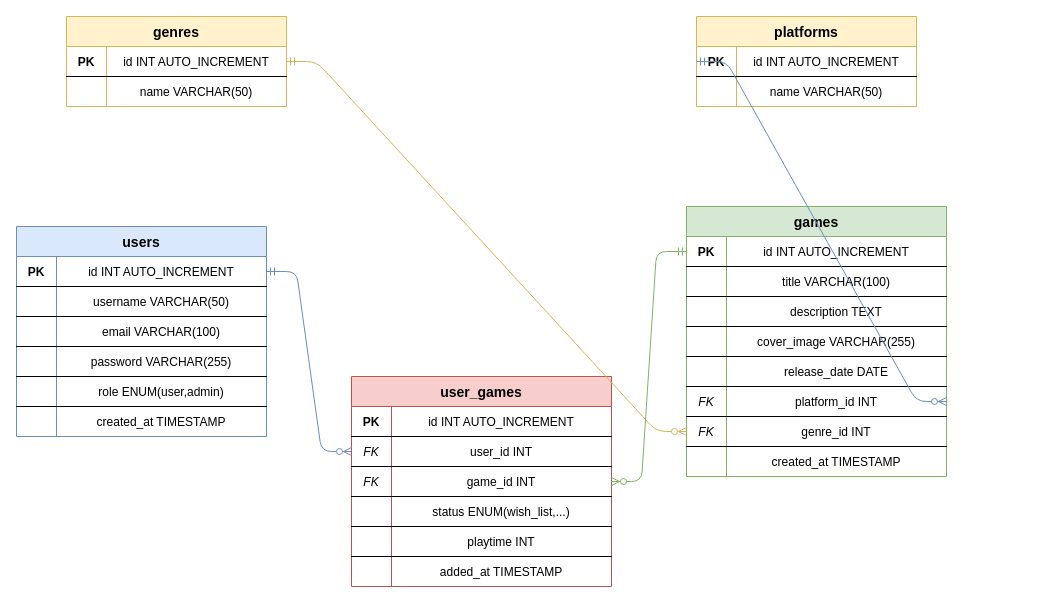
Above: page "MPD" (3 of 3) of gamekeeper_merise.drawio in tommy-karotsch/gamekeeper (draw.io), before the change. Source tidied: cells renumbered, new cells numbered last; positions are measured from the earlier drawing's top-left corner, leaving out a move shared by most shapes. Both pictures are drawn from the tidied source at 100%, with x=0, y=0 at pixel (16, 16).
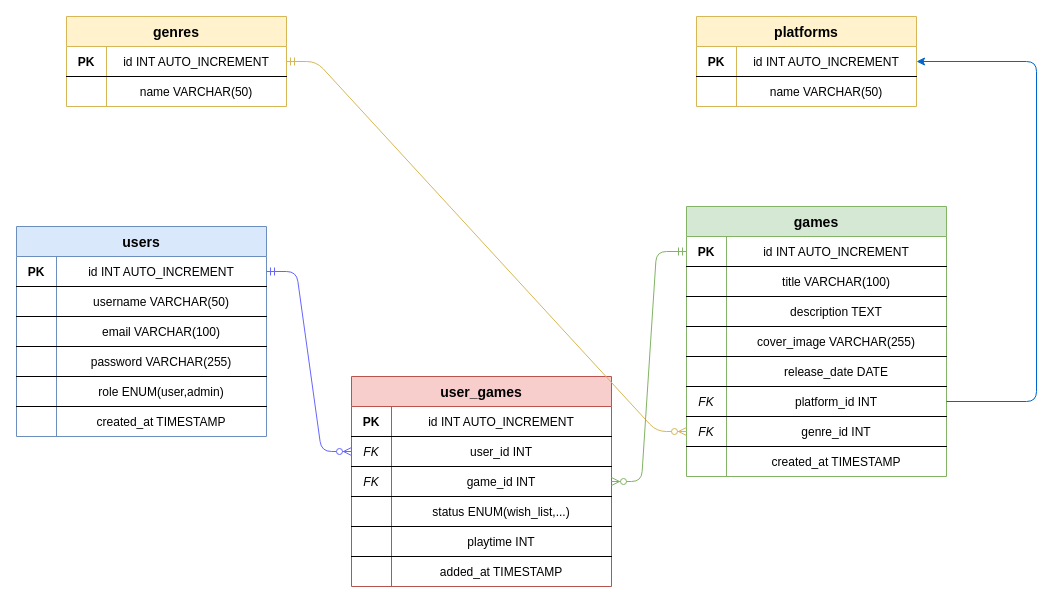
After the change.

The change refers to these unchanged cells:
```xml
<mxCell id="10" style="shape=tableRow;horizontal=0;startSize=0;swimlaneHead=0;swimlaneBody=0;fillColor=none;points=[[0,0.5],[1,0.5]];portConstraint=eastwest;fontSize=12;top=0;left=0;right=0;bottom=1;" parent="9" vertex="1">
  <mxGeometry y="30" width="220" height="30" as="geometry" />
</mxCell>
<mxCell id="17" style="shape=tableRow;horizontal=0;startSize=0;swimlaneHead=0;swimlaneBody=0;fillColor=none;points=[[0,0.5],[1,0.5]];portConstraint=eastwest;fontSize=12;top=0;left=0;right=0;bottom=1;" parent="16" vertex="1">
  <mxGeometry y="30" width="250" height="30" as="geometry" />
</mxCell>
<mxCell id="51" style="shape=tableRow;horizontal=0;startSize=0;swimlaneHead=0;swimlaneBody=0;fillColor=none;points=[[0,0.5],[1,0.5]];portConstraint=eastwest;fontSize=12;top=0;left=0;right=0;bottom=1;" parent="35" vertex="1">
  <mxGeometry y="180" width="260" height="30" as="geometry" />
</mxCell>
<mxCell id="64" style="shape=tableRow;horizontal=0;startSize=0;swimlaneHead=0;swimlaneBody=0;fillColor=none;points=[[0,0.5],[1,0.5]];portConstraint=eastwest;fontSize=12;top=0;left=0;right=0;bottom=1;" parent="60" vertex="1">
  <mxGeometry y="60" width="260" height="30" as="geometry" />
</mxCell>
```

Diff of the diagram source:
```diff
@@
-    <mxCell id="79" style="edgeStyle=entityRelationEdgeStyle;endArrow=ERzeroToMany;startArrow=ERmandOne;exitX=0;exitY=0.5;entryX=1;entryY=0.5;strokeColor=#6c8ebf;" parent="1" edge="1" source="10" target="51">
-      <mxGeometry relative="1" as="geometry" />
-    </mxCell>
@@
-    <mxCell id="81" style="edgeStyle=entityRelationEdgeStyle;endArrow=ERzeroToMany;startArrow=ERmandOne;exitX=1;exitY=0.5;entryX=0;entryY=0.5;strokeColor=#6c8ebf;" parent="1" edge="1" source="17" target="64">
+    <mxCell id="81" style="edgeStyle=entityRelationEdgeStyle;endArrow=ERzeroToMany;startArrow=ERmandOne;exitX=1;exitY=0.5;entryX=0;entryY=0.5;strokeColor=#6666FF;" parent="1" edge="1" source="17" target="64">
       <mxGeometry relative="1" as="geometry" />
     </mxCell>
@@
+    <mxCell id="83" style="edgeStyle=orthogonalEdgeStyle;html=1;exitX=1;exitY=0.5;exitDx=0;exitDy=0;entryX=1;entryY=0.5;entryDx=0;entryDy=0;strokeColor=#0066CC;" parent="1" edge="1" source="51" target="10">
+      <mxGeometry relative="1" as="geometry">
+        <Array as="points">
+          <mxPoint x="1020" y="385" />
+          <mxPoint x="1020" y="45" />
+        </Array>
+      </mxGeometry>
+    </mxCell>
```
